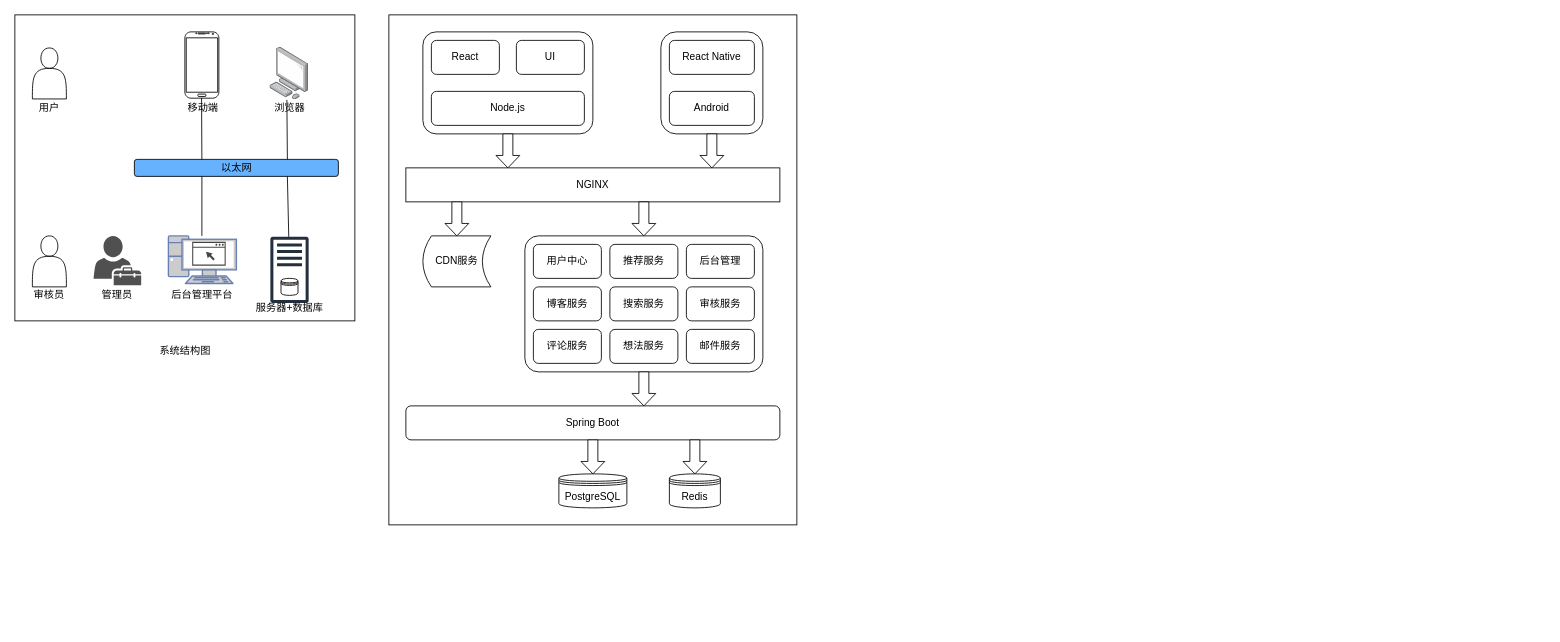
Before: docs/virosa.drawio in wlonestar/virosa, a draw.io diagram. Source tidied: cells renumbered, new cells numbered last; positions are measured from the earlier drawing's top-left corner, leaving out a move shared by most shapes. Both pictures are drawn from the tidied source at 85%, with x=0, y=0 at pixel (14, 14).
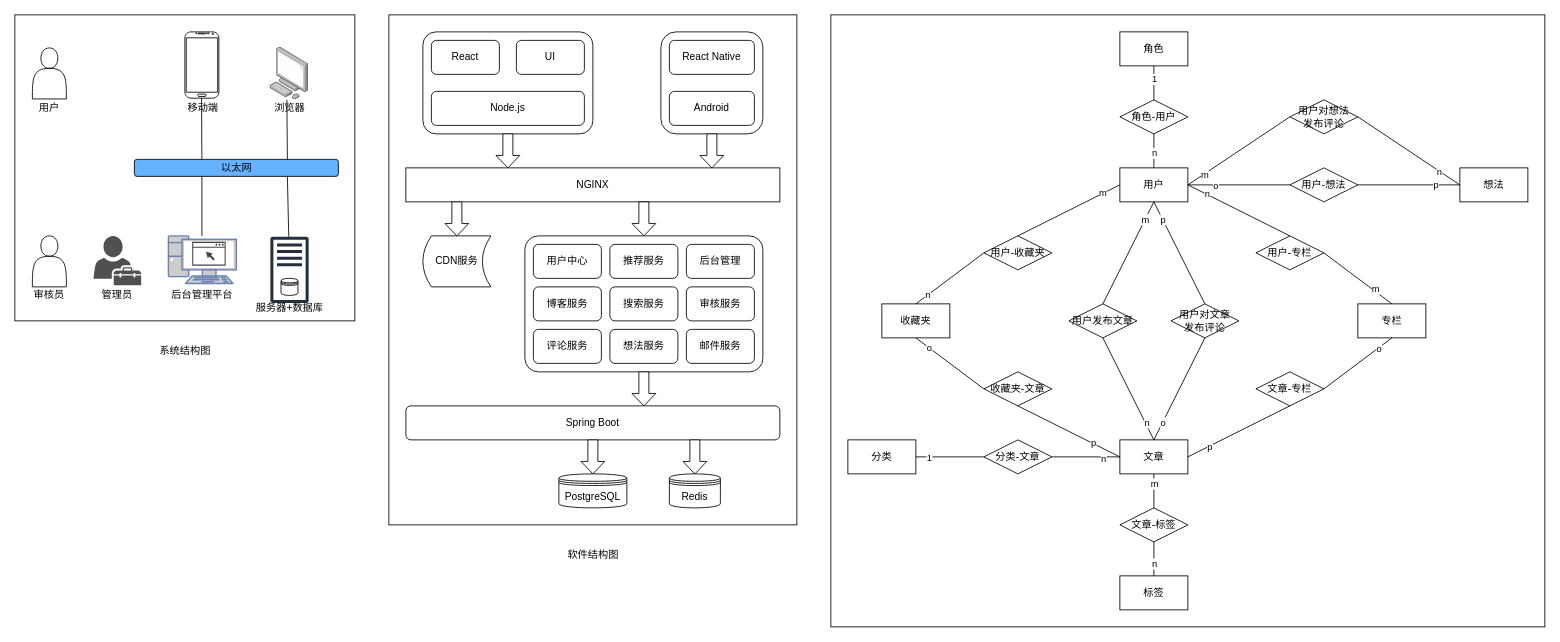
The same page after the edit.

Commit message (it also covers changes not shown here):
docs: add database er diagram

Diff of the diagram source:
```diff
@@
+    <mxCell id="57" style="rounded=0;whiteSpace=wrap;html=1;" parent="1" vertex="1">
+      <mxGeometry x="960" width="840" height="720" as="geometry" />
+    </mxCell>
@@
+    <mxCell id="58" value="软件结构图" style="text;html=1;align=center;verticalAlign=middle;strokeColor=none;fillColor=none;" parent="1" vertex="1">
+      <mxGeometry x="640" y="620" width="80" height="30" as="geometry" />
+    </mxCell>
+    <mxCell id="59" value="用户" style="whiteSpace=wrap;html=1;align=center;" parent="1" vertex="1">
+      <mxGeometry x="1300" y="180" width="80" height="40" as="geometry" />
+    </mxCell>
+    <mxCell id="60" value="收藏夹" style="whiteSpace=wrap;html=1;align=center;" parent="1" vertex="1">
+      <mxGeometry x="1020" y="340" width="80" height="40" as="geometry" />
+    </mxCell>
+    <mxCell id="61" value="专栏" style="whiteSpace=wrap;html=1;align=center;" parent="1" vertex="1">
+      <mxGeometry x="1580" y="340" width="80" height="40" as="geometry" />
+    </mxCell>
+    <mxCell id="62" value="标签" style="whiteSpace=wrap;html=1;align=center;" parent="1" vertex="1">
+      <mxGeometry x="1300" y="660" width="80" height="40" as="geometry" />
+    </mxCell>
+    <mxCell id="63" value="分类" style="whiteSpace=wrap;html=1;align=center;" parent="1" vertex="1">
+      <mxGeometry x="980" y="500" width="80" height="40" as="geometry" />
+    </mxCell>
+    <mxCell id="64" value="文章" style="whiteSpace=wrap;html=1;align=center;" parent="1" vertex="1">
+      <mxGeometry x="1300" y="500" width="80" height="40" as="geometry" />
+    </mxCell>
+    <mxCell id="65" value="想法" style="whiteSpace=wrap;html=1;align=center;" parent="1" vertex="1">
+      <mxGeometry x="1700" y="180" width="80" height="40" as="geometry" />
+    </mxCell>
+    <mxCell id="66" value="角色" style="whiteSpace=wrap;html=1;align=center;" parent="1" vertex="1">
+      <mxGeometry x="1300" y="20" width="80" height="40" as="geometry" />
+    </mxCell>
+    <mxCell id="67" value="角色-用户" style="shape=rhombus;perimeter=rhombusPerimeter;whiteSpace=wrap;html=1;align=center;" parent="1" vertex="1">
+      <mxGeometry x="1300" y="100" width="80" height="40" as="geometry" />
+    </mxCell>
+    <mxCell id="68" value="用户对想法&lt;br&gt;发布评论" style="shape=rhombus;perimeter=rhombusPerimeter;whiteSpace=wrap;html=1;align=center;" parent="1" vertex="1">
+      <mxGeometry x="1500" y="100" width="80" height="40" as="geometry" />
+    </mxCell>
+    <mxCell id="69" value="用户对文章&lt;br&gt;发布评论" style="shape=rhombus;perimeter=rhombusPerimeter;whiteSpace=wrap;html=1;align=center;" parent="1" vertex="1">
+      <mxGeometry x="1360" y="340" width="80" height="40" as="geometry" />
+    </mxCell>
+    <mxCell id="70" value="用户-专栏" style="shape=rhombus;perimeter=rhombusPerimeter;whiteSpace=wrap;html=1;align=center;" parent="1" vertex="1">
+      <mxGeometry x="1460" y="260" width="80" height="40" as="geometry" />
+    </mxCell>
+    <mxCell id="71" value="文章-专栏" style="shape=rhombus;perimeter=rhombusPerimeter;whiteSpace=wrap;html=1;align=center;" parent="1" vertex="1">
+      <mxGeometry x="1460" y="420" width="80" height="40" as="geometry" />
+    </mxCell>
+    <mxCell id="72" value="用户-想法" style="shape=rhombus;perimeter=rhombusPerimeter;whiteSpace=wrap;html=1;align=center;" parent="1" vertex="1">
+      <mxGeometry x="1500" y="180" width="80" height="40" as="geometry" />
+    </mxCell>
+    <mxCell id="73" value="用户发布文章" style="shape=rhombus;perimeter=rhombusPerimeter;whiteSpace=wrap;html=1;align=center;" parent="1" vertex="1">
+      <mxGeometry x="1240" y="340" width="80" height="40" as="geometry" />
+    </mxCell>
+    <mxCell id="74" value="收藏夹-文章" style="shape=rhombus;perimeter=rhombusPerimeter;whiteSpace=wrap;html=1;align=center;" parent="1" vertex="1">
+      <mxGeometry x="1140" y="420" width="80" height="40" as="geometry" />
+    </mxCell>
+    <mxCell id="75" value="用户-收藏夹" style="shape=rhombus;perimeter=rhombusPerimeter;whiteSpace=wrap;html=1;align=center;" parent="1" vertex="1">
+      <mxGeometry x="1140" y="260" width="80" height="40" as="geometry" />
+    </mxCell>
+    <mxCell id="76" value="文章-标签" style="shape=rhombus;perimeter=rhombusPerimeter;whiteSpace=wrap;html=1;align=center;" parent="1" vertex="1">
+      <mxGeometry x="1300" y="580" width="80" height="40" as="geometry" />
+    </mxCell>
+    <mxCell id="77" value="分类-文章" style="shape=rhombus;perimeter=rhombusPerimeter;whiteSpace=wrap;html=1;align=center;" parent="1" vertex="1">
+      <mxGeometry x="1140" y="500" width="80" height="40" as="geometry" />
+    </mxCell>
+    <mxCell id="78" style="endArrow=none;html=1;rounded=1;entryX=0.5;entryY=1;entryDx=0;entryDy=0;exitX=0.5;exitY=0;exitDx=0;exitDy=0;" parent="1" edge="1" source="67" target="66">
+      <mxGeometry relative="1" as="geometry" />
+    </mxCell>
+    <mxCell id="79" value="1" style="edgeLabel;html=1;align=center;verticalAlign=middle;" parent="78" vertex="1">
+      <mxGeometry x="0.27" relative="1" as="geometry" />
+    </mxCell>
+    <mxCell id="80" style="endArrow=none;html=1;rounded=1;exitX=0.5;exitY=0;exitDx=0;exitDy=0;entryX=0.5;entryY=1;entryDx=0;entryDy=0;" parent="1" edge="1" source="59" target="67">
+      <mxGeometry relative="1" as="geometry" />
+    </mxCell>
+    <mxCell id="81" value="n" style="edgeLabel;html=1;align=center;verticalAlign=middle;" parent="80" vertex="1">
+      <mxGeometry x="-0.09" relative="1" as="geometry" />
+    </mxCell>
+    <mxCell id="82" style="endArrow=none;html=1;rounded=1;entryX=0.5;entryY=1;entryDx=0;entryDy=0;exitX=0.5;exitY=0;exitDx=0;exitDy=0;" parent="1" edge="1" source="76" target="64">
+      <mxGeometry relative="1" as="geometry" />
+    </mxCell>
+    <mxCell id="83" value="m" style="edgeLabel;html=1;align=center;verticalAlign=middle;" parent="82" vertex="1">
+      <mxGeometry x="0.43" relative="1" as="geometry" />
+    </mxCell>
+    <mxCell id="84" style="endArrow=none;html=1;rounded=1;exitX=0.5;exitY=1;exitDx=0;exitDy=0;entryX=0.5;entryY=0;entryDx=0;entryDy=0;" parent="1" edge="1" source="76" target="62">
+      <mxGeometry relative="1" as="geometry" />
+    </mxCell>
+    <mxCell id="85" value="n" style="edgeLabel;html=1;align=center;verticalAlign=middle;" parent="84" vertex="1">
+      <mxGeometry x="0.23" relative="1" as="geometry" />
+    </mxCell>
+    <mxCell id="86" style="endArrow=none;html=1;rounded=1;exitX=0.5;exitY=0;exitDx=0;exitDy=0;entryX=0;entryY=0.5;entryDx=0;entryDy=0;" parent="1" edge="1" source="60" target="75">
+      <mxGeometry relative="1" as="geometry" />
+    </mxCell>
+    <mxCell id="87" value="n" style="edgeLabel;html=1;align=center;verticalAlign=middle;" parent="86" vertex="1">
+      <mxGeometry x="-0.66" y="1" relative="1" as="geometry" />
+    </mxCell>
+    <mxCell id="88" style="endArrow=none;html=1;rounded=1;entryX=0.5;entryY=0;entryDx=0;entryDy=0;exitX=0;exitY=0.5;exitDx=0;exitDy=0;" parent="1" edge="1" source="59" target="75">
+      <mxGeometry relative="1" as="geometry" />
+    </mxCell>
+    <mxCell id="89" value="m" style="edgeLabel;html=1;align=center;verticalAlign=middle;" parent="88" vertex="1">
+      <mxGeometry x="-0.67" y="-1" relative="1" as="geometry" />
+    </mxCell>
+    <mxCell id="90" style="endArrow=none;html=1;rounded=1;exitX=0.5;exitY=1;exitDx=0;exitDy=0;entryX=0;entryY=0.5;entryDx=0;entryDy=0;" parent="1" edge="1" source="60" target="74">
+      <mxGeometry relative="1" as="geometry" />
+    </mxCell>
+    <mxCell id="91" value="o" style="edgeLabel;html=1;align=center;verticalAlign=middle;" parent="90" vertex="1">
+      <mxGeometry x="-0.63" relative="1" as="geometry" />
+    </mxCell>
+    <mxCell id="92" style="endArrow=none;html=1;rounded=1;exitX=0.5;exitY=1;exitDx=0;exitDy=0;entryX=0;entryY=0.5;entryDx=0;entryDy=0;" parent="1" edge="1" source="74" target="64">
+      <mxGeometry relative="1" as="geometry" />
+    </mxCell>
+    <mxCell id="93" value="p" style="edgeLabel;html=1;align=center;verticalAlign=middle;" parent="92" vertex="1">
+      <mxGeometry x="0.47" y="1" relative="1" as="geometry" />
+    </mxCell>
+    <mxCell id="94" style="endArrow=none;html=1;rounded=1;exitX=1;exitY=0.5;exitDx=0;exitDy=0;entryX=0;entryY=0.5;entryDx=0;entryDy=0;" parent="1" edge="1" source="63" target="77">
+      <mxGeometry relative="1" as="geometry" />
+    </mxCell>
+    <mxCell id="95" value="1" style="edgeLabel;html=1;align=center;verticalAlign=middle;" parent="94" vertex="1">
+      <mxGeometry x="-0.62" relative="1" as="geometry" />
+    </mxCell>
+    <mxCell id="96" style="endArrow=none;html=1;rounded=1;exitX=1;exitY=0.5;exitDx=0;exitDy=0;entryX=0;entryY=0.5;entryDx=0;entryDy=0;" parent="1" edge="1" source="77" target="64">
+      <mxGeometry relative="1" as="geometry" />
+    </mxCell>
+    <mxCell id="97" value="n" style="edgeLabel;html=1;align=center;verticalAlign=middle;" parent="96" vertex="1">
+      <mxGeometry x="0.5" y="-1" relative="1" as="geometry" />
+    </mxCell>
+    <mxCell id="98" style="endArrow=none;html=1;rounded=1;exitX=1;exitY=0.5;exitDx=0;exitDy=0;entryX=0.5;entryY=0;entryDx=0;entryDy=0;" parent="1" edge="1" source="59" target="70">
+      <mxGeometry relative="1" as="geometry" />
+    </mxCell>
+    <mxCell id="99" value="n" style="edgeLabel;html=1;align=center;verticalAlign=middle;" parent="98" vertex="1">
+      <mxGeometry x="-0.63" y="1" relative="1" as="geometry" />
+    </mxCell>
+    <mxCell id="100" style="endArrow=none;html=1;rounded=1;exitX=1;exitY=0.5;exitDx=0;exitDy=0;entryX=0.5;entryY=0;entryDx=0;entryDy=0;" parent="1" edge="1" source="70" target="61">
+      <mxGeometry relative="1" as="geometry" />
+    </mxCell>
+    <mxCell id="101" value="m" style="edgeLabel;html=1;align=center;verticalAlign=middle;" parent="100" vertex="1">
+      <mxGeometry x="0.48" y="2" relative="1" as="geometry" />
+    </mxCell>
+    <mxCell id="102" style="endArrow=none;html=1;rounded=1;exitX=1;exitY=0.5;exitDx=0;exitDy=0;entryX=0.5;entryY=1;entryDx=0;entryDy=0;" parent="1" edge="1" source="71" target="61">
+      <mxGeometry relative="1" as="geometry" />
+    </mxCell>
+    <mxCell id="103" value="o" style="edgeLabel;html=1;align=center;verticalAlign=middle;" parent="102" vertex="1">
+      <mxGeometry x="0.59" y="-1" relative="1" as="geometry" />
+    </mxCell>
+    <mxCell id="104" style="endArrow=none;html=1;rounded=1;exitX=1;exitY=0.5;exitDx=0;exitDy=0;entryX=0.5;entryY=1;entryDx=0;entryDy=0;" parent="1" edge="1" source="64" target="71">
+      <mxGeometry relative="1" as="geometry" />
+    </mxCell>
+    <mxCell id="105" value="p" style="edgeLabel;html=1;align=center;verticalAlign=middle;" parent="104" vertex="1">
+      <mxGeometry x="-0.59" relative="1" as="geometry" />
+    </mxCell>
+    <mxCell id="106" style="endArrow=none;html=1;rounded=1;exitX=1;exitY=0.5;exitDx=0;exitDy=0;entryX=0;entryY=0.5;entryDx=0;entryDy=0;" parent="1" edge="1" source="72" target="65">
+      <mxGeometry relative="1" as="geometry" />
+    </mxCell>
+    <mxCell id="107" value="p" style="edgeLabel;html=1;align=center;verticalAlign=middle;" parent="106" vertex="1">
+      <mxGeometry x="0.51" y="1" relative="1" as="geometry" />
+    </mxCell>
+    <mxCell id="108" style="endArrow=none;html=1;rounded=1;exitX=1;exitY=0.5;exitDx=0;exitDy=0;entryX=0;entryY=0.5;entryDx=0;entryDy=0;" parent="1" edge="1" source="59" target="72">
+      <mxGeometry relative="1" as="geometry" />
+    </mxCell>
+    <mxCell id="109" value="o" style="edgeLabel;html=1;align=center;verticalAlign=middle;" parent="108" vertex="1">
+      <mxGeometry x="-0.46" relative="1" as="geometry" />
+    </mxCell>
+    <mxCell id="110" style="endArrow=none;html=1;rounded=1;entryX=1;entryY=0.5;entryDx=0;entryDy=0;exitX=0;exitY=0.5;exitDx=0;exitDy=0;" parent="1" edge="1" source="65" target="68">
+      <mxGeometry relative="1" as="geometry" />
+    </mxCell>
+    <mxCell id="111" value="n" style="edgeLabel;html=1;align=center;verticalAlign=middle;" parent="110" vertex="1">
+      <mxGeometry x="-0.6" y="1" relative="1" as="geometry" />
+    </mxCell>
+    <mxCell id="112" style="endArrow=none;html=1;rounded=1;exitX=1;exitY=0.5;exitDx=0;exitDy=0;entryX=0;entryY=0.5;entryDx=0;entryDy=0;" parent="1" edge="1" source="59" target="68">
+      <mxGeometry relative="1" as="geometry" />
+    </mxCell>
+    <mxCell id="113" value="m" style="edgeLabel;html=1;align=center;verticalAlign=middle;" parent="112" vertex="1">
+      <mxGeometry x="-0.68" relative="1" as="geometry" />
+    </mxCell>
+    <mxCell id="114" style="endArrow=none;html=1;rounded=1;entryX=0.5;entryY=1;entryDx=0;entryDy=0;exitX=0.5;exitY=0;exitDx=0;exitDy=0;" parent="1" edge="1" source="64" target="73">
+      <mxGeometry relative="1" as="geometry" />
+    </mxCell>
+    <mxCell id="115" value="n" style="edgeLabel;html=1;align=center;verticalAlign=middle;" parent="114" vertex="1">
+      <mxGeometry x="-0.67" y="-2" relative="1" as="geometry" />
+    </mxCell>
+    <mxCell id="116" style="endArrow=none;html=1;rounded=1;entryX=0.5;entryY=1;entryDx=0;entryDy=0;exitX=0.5;exitY=0;exitDx=0;exitDy=0;" parent="1" edge="1" source="69" target="59">
+      <mxGeometry relative="1" as="geometry" />
+    </mxCell>
+    <mxCell id="117" value="p" style="edgeLabel;html=1;align=center;verticalAlign=middle;" parent="116" vertex="1">
+      <mxGeometry x="0.61" y="-2" relative="1" as="geometry">
+        <mxPoint x="-3" y="-2" as="offset" />
+      </mxGeometry>
+    </mxCell>
+    <mxCell id="118" style="endArrow=none;html=1;rounded=1;exitX=0.5;exitY=0;exitDx=0;exitDy=0;entryX=0.5;entryY=1;entryDx=0;entryDy=0;" parent="1" edge="1" source="64" target="69">
+      <mxGeometry relative="1" as="geometry" />
+    </mxCell>
+    <mxCell id="119" value="o" style="edgeLabel;html=1;align=center;verticalAlign=middle;" parent="118" vertex="1">
+      <mxGeometry x="-0.63" relative="1" as="geometry">
+        <mxPoint x="-1" y="2" as="offset" />
+      </mxGeometry>
+    </mxCell>
+    <mxCell id="120" style="endArrow=none;html=1;rounded=1;entryX=0.5;entryY=1;entryDx=0;entryDy=0;exitX=0.5;exitY=0;exitDx=0;exitDy=0;" parent="1" edge="1" source="73" target="59">
+      <mxGeometry relative="1" as="geometry" />
+    </mxCell>
+    <mxCell id="121" value="m" style="edgeLabel;html=1;align=center;verticalAlign=middle;" parent="120" vertex="1">
+      <mxGeometry x="0.66" relative="1" as="geometry" />
+    </mxCell>
```
